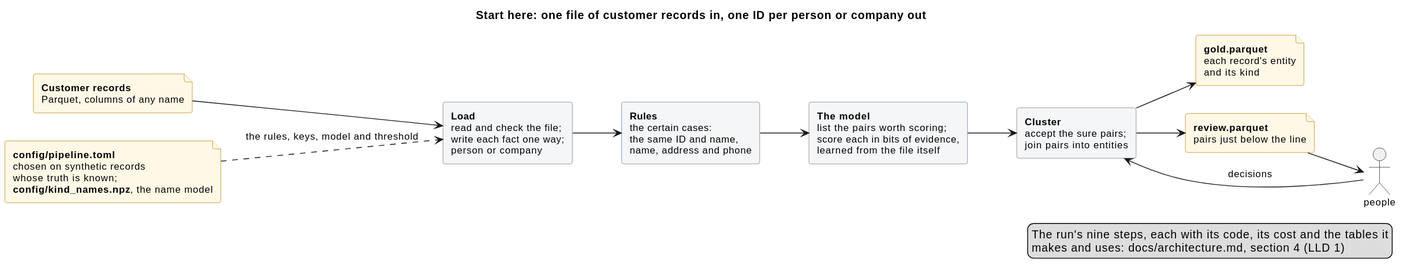
Above: docs/diagrams/overview.svg in mvsbm/entity_matching (PlantUML), before the change.
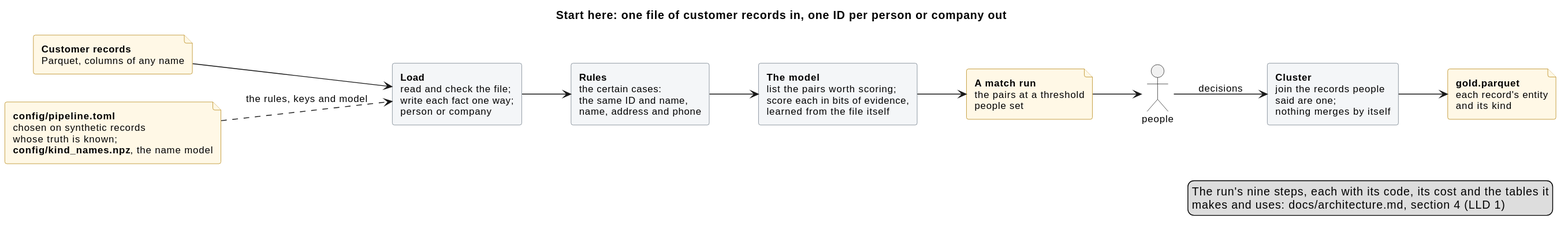
After the change.

What changed in the source:
```diff
@@ -15,21 +15,20 @@
 rectangle "<b>Load</b>\nread and check the file;\nwrite each fact one way;\nperson or company" as load
 rectangle "<b>Rules</b>\nthe certain cases:\nthe same ID and name,\nname, address and phone" as rules
 rectangle "<b>The model</b>\nlist the pairs worth scoring;\nscore each in bits of evidence,\nlearned from the file itself" as model
-rectangle "<b>Cluster</b>\naccept the sure pairs;\njoin pairs into entities" as cluster
+rectangle "<b>Cluster</b>\njoin the records people\nsaid are one;\nnothing merges by itself" as cluster
 file "<b>gold.parquet</b>\neach record's entity\nand its kind" as gold
-file "<b>review.parquet</b>\npairs just below the line" as sheets
+file "<b>A match run</b>\nthe pairs at a threshold\npeople set" as sheets
 actor "people" as people
 file "<b>config/pipeline.toml</b>\nchosen on synthetic records\nwhose truth is known;\n<b>config/kind_names.npz</b>, the name model" as config
 
 input --> load
 load --> rules
 rules --> model
-model --> cluster
+model --> sheets
+sheets --> people
 cluster --> gold
-cluster --> sheets
-sheets --> people
 people --> cluster : decisions
-config ..> load : the rules, keys, model and threshold
+config ..> load : the rules, keys and model
 
 legend right
   The run's nine steps, each with its code, its cost and the tables it
```
